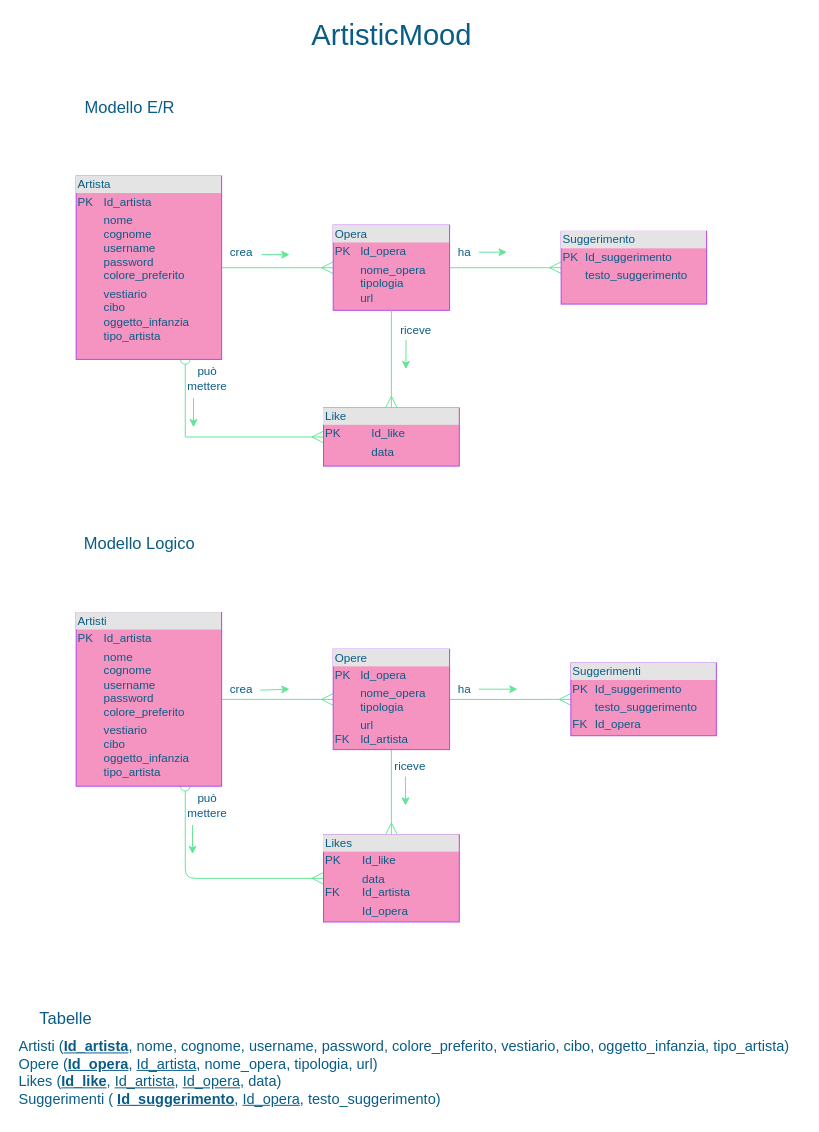
The draw.io diagram ArtisticMood.drawio in ChiaraGismondi02/ArtisticMood, before the edit. Source tidied: cells renumbered, new cells numbered last; positions are measured from the earlier drawing's top-left corner, leaving out a move shared by most shapes. Both pictures are drawn from the tidied source at 97%, with x=0, y=0 at pixel (16, 19).
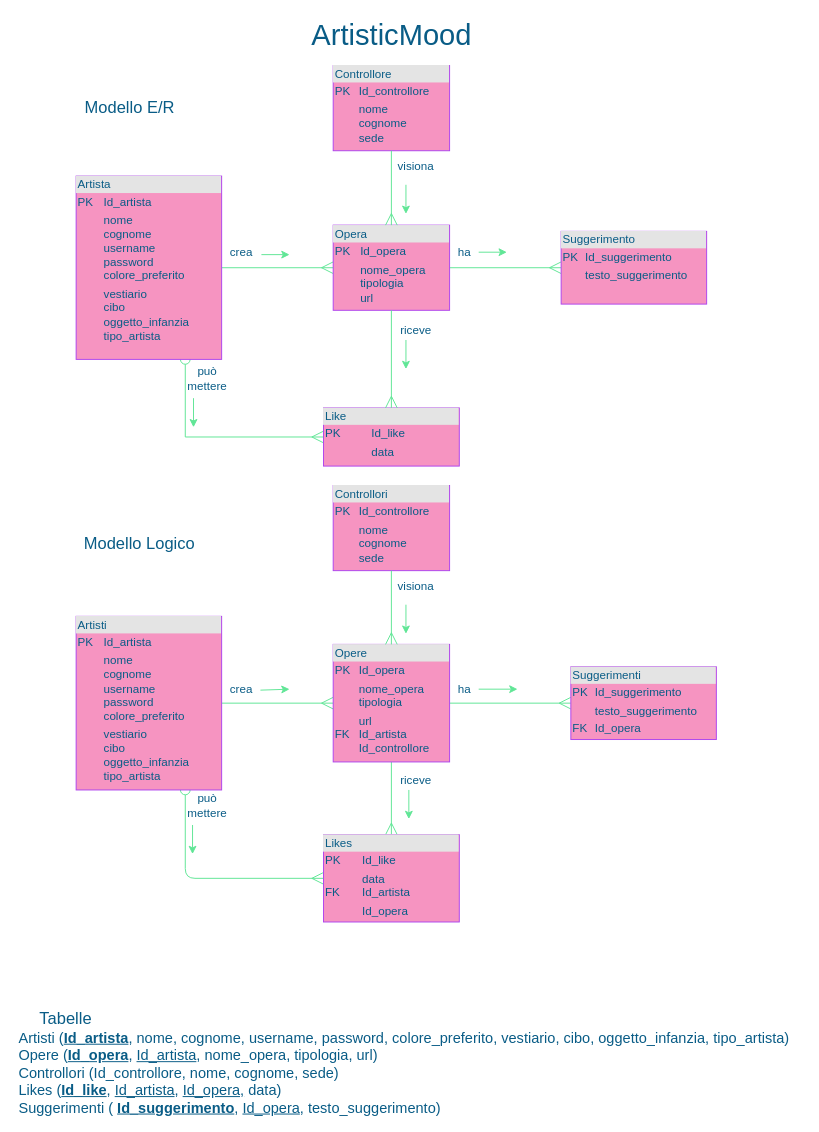
The same page after the edit.

The change refers to these unchanged cells:
```xml
<mxCell id="6" value="&lt;div style=&quot;box-sizing: border-box ; width: 100% ; background: #e4e4e4 ; padding: 2px&quot;&gt;Opera&lt;/div&gt;&lt;table style=&quot;width: 100% ; font-size: 1em&quot; cellpadding=&quot;2&quot; cellspacing=&quot;0&quot;&gt;&lt;tbody&gt;&lt;tr&gt;&lt;td&gt;PK&lt;/td&gt;&lt;td&gt;Id_opera&lt;br&gt;&lt;/td&gt;&lt;/tr&gt;&lt;tr&gt;&lt;td&gt;&lt;br&gt;&lt;br&gt;&lt;/td&gt;&lt;td&gt;nome_opera&lt;br&gt;tipologia&lt;br&gt;url&lt;/td&gt;&lt;/tr&gt;&lt;tr&gt;&lt;td&gt;&lt;/td&gt;&lt;td&gt;&lt;br&gt;&lt;/td&gt;&lt;/tr&gt;&lt;/tbody&gt;&lt;/table&gt;" style="verticalAlign=top;align=left;overflow=fill;html=1;fillColor=#F694C1;strokeColor=#AF45ED;fontColor=#095C86;" parent="1" vertex="1">
  <mxGeometry x="326" y="211.6" width="120" height="87.8" as="geometry" />
</mxCell>
```

The edit, as a diff of the source:
```diff
@@
     <mxCell id="14" value="&lt;div style=&quot;box-sizing: border-box ; width: 100% ; background: #e4e4e4 ; padding: 2px&quot;&gt;Artisti&lt;/div&gt;&lt;table style=&quot;width: 100% ; font-size: 1em&quot; cellpadding=&quot;2&quot; cellspacing=&quot;0&quot;&gt;&lt;tbody&gt;&lt;tr&gt;&lt;td&gt;PK&lt;/td&gt;&lt;td&gt;Id_artista&lt;br&gt;&lt;/td&gt;&lt;/tr&gt;&lt;tr&gt;&lt;td&gt;&lt;br&gt;&lt;/td&gt;&lt;td&gt;nome&lt;br&gt;cognome&lt;br&gt;username&lt;br&gt;password&lt;br&gt;colore_preferito&lt;/td&gt;&lt;/tr&gt;&lt;tr&gt;&lt;td&gt;&lt;/td&gt;&lt;td&gt;vestiario&lt;br&gt;cibo&lt;br&gt;oggetto_infanzia&lt;br&gt;tipo_artista&lt;/td&gt;&lt;/tr&gt;&lt;/tbody&gt;&lt;/table&gt;" style="verticalAlign=top;align=left;overflow=fill;html=1;fillColor=#F694C1;strokeColor=#AF45ED;fontColor=#095C86;" parent="1" vertex="1">
-      <mxGeometry x="61" y="611" width="150" height="179" as="geometry" />
+      <mxGeometry x="61" y="614.9" width="150" height="179" as="geometry" />
     </mxCell>
@@
-    <mxCell id="17" value="&lt;div style=&quot;box-sizing: border-box ; width: 100% ; background: #e4e4e4 ; padding: 2px&quot;&gt;Opere&lt;/div&gt;&lt;table style=&quot;width: 100% ; font-size: 1em&quot; cellpadding=&quot;2&quot; cellspacing=&quot;0&quot;&gt;&lt;tbody&gt;&lt;tr&gt;&lt;td&gt;PK&lt;/td&gt;&lt;td&gt;Id_opera&lt;/td&gt;&lt;/tr&gt;&lt;tr&gt;&lt;td&gt;&lt;br&gt;&lt;/td&gt;&lt;td&gt;nome_opera&lt;br&gt;tipologia&lt;/td&gt;&lt;/tr&gt;&lt;tr&gt;&lt;td&gt;&lt;br&gt;FK&lt;/td&gt;&lt;td&gt;url&lt;br&gt;Id_artista&lt;/td&gt;&lt;/tr&gt;&lt;/tbody&gt;&lt;/table&gt;" style="verticalAlign=top;align=left;overflow=fill;html=1;fillColor=#F694C1;strokeColor=#AF45ED;fontColor=#095C86;" parent="1" vertex="1">
-      <mxGeometry x="326" y="648.8" width="120" height="103.5" as="geometry" />
+    <mxCell id="17" value="&lt;div style=&quot;box-sizing: border-box ; width: 100% ; background: #e4e4e4 ; padding: 2px&quot;&gt;Opere&lt;/div&gt;&lt;table style=&quot;width: 100% ; font-size: 1em&quot; cellpadding=&quot;2&quot; cellspacing=&quot;0&quot;&gt;&lt;tbody&gt;&lt;tr&gt;&lt;td&gt;PK&lt;/td&gt;&lt;td&gt;Id_opera&lt;/td&gt;&lt;/tr&gt;&lt;tr&gt;&lt;td&gt;&lt;br&gt;&lt;/td&gt;&lt;td&gt;nome_opera&lt;br&gt;tipologia&lt;/td&gt;&lt;/tr&gt;&lt;tr&gt;&lt;td&gt;FK&lt;/td&gt;&lt;td&gt;url&lt;br&gt;Id_artista&lt;br&gt;Id_controllore&lt;/td&gt;&lt;/tr&gt;&lt;/tbody&gt;&lt;/table&gt;" style="verticalAlign=top;align=left;overflow=fill;html=1;fillColor=#F694C1;strokeColor=#AF45ED;fontColor=#095C86;" parent="1" vertex="1">
+      <mxGeometry x="326" y="643.8" width="120" height="121.2" as="geometry" />
     </mxCell>
@@
-    <mxCell id="20" value="&lt;font style=&quot;font-size: 15px&quot;&gt;Artisti (&lt;u&gt;&lt;b&gt;Id_artista&lt;/b&gt;&lt;/u&gt;, nome, cognome, username, password, colore_preferito, vestiario, cibo, oggetto_infanzia, tipo_artista)&lt;br&gt;Opere (&lt;b&gt;&lt;u&gt;Id_opera&lt;/u&gt;&lt;/b&gt;, &lt;u&gt;Id_artista&lt;/u&gt;, nome_opera, tipologia, url)&lt;br&gt;Likes (&lt;u&gt;&lt;b&gt;Id_like&lt;/b&gt;&lt;/u&gt;, &lt;u&gt;Id_artista&lt;/u&gt;, &lt;u&gt;Id_opera,&lt;/u&gt; data)&lt;br&gt;Suggerimenti ( &lt;u&gt;&lt;b&gt;Id_suggerimento&lt;/b&gt;&lt;/u&gt;, &lt;u&gt;Id_opera&lt;/u&gt;, testo_suggerimento)&lt;/font&gt;" style="text;html=1;align=left;verticalAlign=middle;fillColor=none;strokeColor=none;rounded=0;sketch=0;fontColor=#095C86;" parent="1" vertex="1">
-      <mxGeometry y="1050" width="810" height="70" as="geometry" />
+    <mxCell id="20" value="&lt;font style=&quot;font-size: 15px&quot;&gt;Artisti (&lt;u&gt;&lt;b&gt;Id_artista&lt;/b&gt;&lt;/u&gt;, nome, cognome, username, password, colore_preferito, vestiario, cibo, oggetto_infanzia, tipo_artista)&lt;br&gt;Opere (&lt;b&gt;&lt;u&gt;Id_opera&lt;/u&gt;&lt;/b&gt;, &lt;u&gt;Id_artista&lt;/u&gt;, nome_opera, tipologia, url)&lt;br&gt;Controllori (Id_controllore, nome, cognome, sede)&lt;br&gt;Likes (&lt;u&gt;&lt;b&gt;Id_like&lt;/b&gt;&lt;/u&gt;, &lt;u&gt;Id_artista&lt;/u&gt;, &lt;u&gt;Id_opera,&lt;/u&gt; data)&lt;br&gt;Suggerimenti ( &lt;u&gt;&lt;b&gt;Id_suggerimento&lt;/b&gt;&lt;/u&gt;, &lt;u&gt;Id_opera&lt;/u&gt;, testo_suggerimento)&lt;/font&gt;" style="text;html=1;align=left;verticalAlign=middle;fillColor=none;strokeColor=none;rounded=0;sketch=0;fontColor=#095C86;" parent="1" vertex="1">
+      <mxGeometry y="1045" width="810" height="80" as="geometry" />
     </mxCell>
@@
     <mxCell id="22" value="&lt;div style=&quot;box-sizing: border-box ; width: 100% ; background: #e4e4e4 ; padding: 2px&quot;&gt;Suggerimenti&lt;/div&gt;&lt;table style=&quot;width: 100% ; font-size: 1em&quot; cellpadding=&quot;2&quot; cellspacing=&quot;0&quot;&gt;&lt;tbody&gt;&lt;tr&gt;&lt;td&gt;PK&lt;/td&gt;&lt;td&gt;Id_suggerimento&lt;/td&gt;&lt;/tr&gt;&lt;tr&gt;&lt;td&gt;&lt;br&gt;&lt;/td&gt;&lt;td&gt;testo_suggerimento&lt;/td&gt;&lt;/tr&gt;&lt;tr&gt;&lt;td&gt;FK&lt;/td&gt;&lt;td&gt;Id_opera&lt;/td&gt;&lt;/tr&gt;&lt;/tbody&gt;&lt;/table&gt;" style="verticalAlign=top;align=left;overflow=fill;html=1;fillColor=#F694C1;strokeColor=#AF45ED;fontColor=#095C86;" parent="1" vertex="1">
-      <mxGeometry x="571" y="663" width="150" height="75" as="geometry" />
+      <mxGeometry x="571" y="666.9" width="150" height="75" as="geometry" />
     </mxCell>
@@
     <mxCell id="31" style="endArrow=classic;html=1;strokeColor=#60E696;fontColor=#095C86;" parent="1" edge="1">
       <mxGeometry relative="1" as="geometry">
-        <mxPoint x="400.5" y="780" as="sourcePoint" />
-        <mxPoint x="400.5" y="810" as="targetPoint" />
+        <mxPoint x="404" y="793.9" as="sourcePoint" />
+        <mxPoint x="404" y="823.9" as="targetPoint" />
       </mxGeometry>
     </mxCell>
     <mxCell id="32" value="riceve" style="text;html=1;align=center;verticalAlign=middle;fillColor=none;strokeColor=none;rounded=0;fontColor=#095C86;" parent="1" vertex="1">
-      <mxGeometry x="380" y="760" width="50" height="20" as="geometry" />
+      <mxGeometry x="386" y="773.9" width="50" height="20" as="geometry" />
     </mxCell>
@@
+    <mxCell id="39" value="&lt;div style=&quot;box-sizing: border-box ; width: 100% ; background: #e4e4e4 ; padding: 2px&quot;&gt;Controllore&lt;/div&gt;&lt;table style=&quot;width: 100% ; font-size: 1em&quot; cellpadding=&quot;2&quot; cellspacing=&quot;0&quot;&gt;&lt;tbody&gt;&lt;tr&gt;&lt;td&gt;PK&lt;/td&gt;&lt;td&gt;Id_controllore&lt;br&gt;&lt;/td&gt;&lt;/tr&gt;&lt;tr&gt;&lt;td&gt;&lt;br&gt;&lt;br&gt;&lt;/td&gt;&lt;td&gt;nome&lt;br&gt;cognome&lt;br&gt;sede&lt;/td&gt;&lt;/tr&gt;&lt;tr&gt;&lt;td&gt;&lt;/td&gt;&lt;td&gt;&lt;br&gt;&lt;/td&gt;&lt;/tr&gt;&lt;/tbody&gt;&lt;/table&gt;" style="verticalAlign=top;align=left;overflow=fill;html=1;fillColor=#F694C1;strokeColor=#AF45ED;fontColor=#095C86;" parent="1" vertex="1">
+      <mxGeometry x="326" y="47.1" width="120" height="87.8" as="geometry" />
+    </mxCell>
+    <mxCell id="40" style="edgeStyle=orthogonalEdgeStyle;rounded=0;jettySize=auto;html=1;exitX=0.5;exitY=1;exitDx=0;exitDy=0;entryX=0.5;entryY=0;entryDx=0;entryDy=0;endArrow=ERmany;endFill=0;strokeWidth=1;endSize=10;strokeColor=#60E696;fontColor=#095C86;" parent="1" edge="1" source="39" target="6">
+      <mxGeometry relative="1" as="geometry" />
+    </mxCell>
+    <mxCell id="41" value="visiona" style="text;html=1;align=center;verticalAlign=middle;fillColor=none;strokeColor=none;rounded=0;fontColor=#095C86;" parent="1" vertex="1">
+      <mxGeometry x="386" y="141" width="50" height="20" as="geometry" />
+    </mxCell>
+    <mxCell id="42" style="endArrow=classic;html=1;strokeColor=#60E696;fontColor=#095C86;" parent="1" edge="1">
+      <mxGeometry relative="1" as="geometry">
+        <mxPoint x="401" y="170" as="sourcePoint" />
+        <mxPoint x="401" y="200" as="targetPoint" />
+      </mxGeometry>
+    </mxCell>
+    <mxCell id="43" value="&lt;div style=&quot;box-sizing: border-box ; width: 100% ; background: #e4e4e4 ; padding: 2px&quot;&gt;Controllori&lt;/div&gt;&lt;table style=&quot;width: 100% ; font-size: 1em&quot; cellpadding=&quot;2&quot; cellspacing=&quot;0&quot;&gt;&lt;tbody&gt;&lt;tr&gt;&lt;td&gt;PK&lt;/td&gt;&lt;td&gt;Id_controllore&lt;br&gt;&lt;/td&gt;&lt;/tr&gt;&lt;tr&gt;&lt;td&gt;&lt;br&gt;&lt;br&gt;&lt;/td&gt;&lt;td&gt;nome&lt;br&gt;cognome&lt;br&gt;sede&lt;/td&gt;&lt;/tr&gt;&lt;tr&gt;&lt;td&gt;&lt;/td&gt;&lt;td&gt;&lt;br&gt;&lt;/td&gt;&lt;/tr&gt;&lt;/tbody&gt;&lt;/table&gt;" style="verticalAlign=top;align=left;overflow=fill;html=1;fillColor=#F694C1;strokeColor=#AF45ED;fontColor=#095C86;" parent="1" vertex="1">
+      <mxGeometry x="326" y="480" width="120" height="87.8" as="geometry" />
+    </mxCell>
+    <mxCell id="44" value="visiona" style="text;html=1;align=center;verticalAlign=middle;fillColor=none;strokeColor=none;rounded=0;fontColor=#095C86;" parent="1" vertex="1">
+      <mxGeometry x="386" y="573.9" width="50" height="20" as="geometry" />
+    </mxCell>
+    <mxCell id="45" style="endArrow=classic;html=1;strokeColor=#60E696;fontColor=#095C86;" parent="1" edge="1">
+      <mxGeometry relative="1" as="geometry">
+        <mxPoint x="401" y="602.9" as="sourcePoint" />
+        <mxPoint x="401" y="632.9" as="targetPoint" />
+      </mxGeometry>
+    </mxCell>
+    <mxCell id="46" style="endArrow=ERmany;endFill=0;endSize=10;html=1;exitX=0.5;exitY=1;exitDx=0;exitDy=0;startArrow=none;startFill=0;startSize=10;entryX=0.5;entryY=0;entryDx=0;entryDy=0;strokeColor=#60E696;fontColor=#095C86;" parent="1" edge="1" source="43" target="17">
+      <mxGeometry relative="1" as="geometry" />
+    </mxCell>
```
